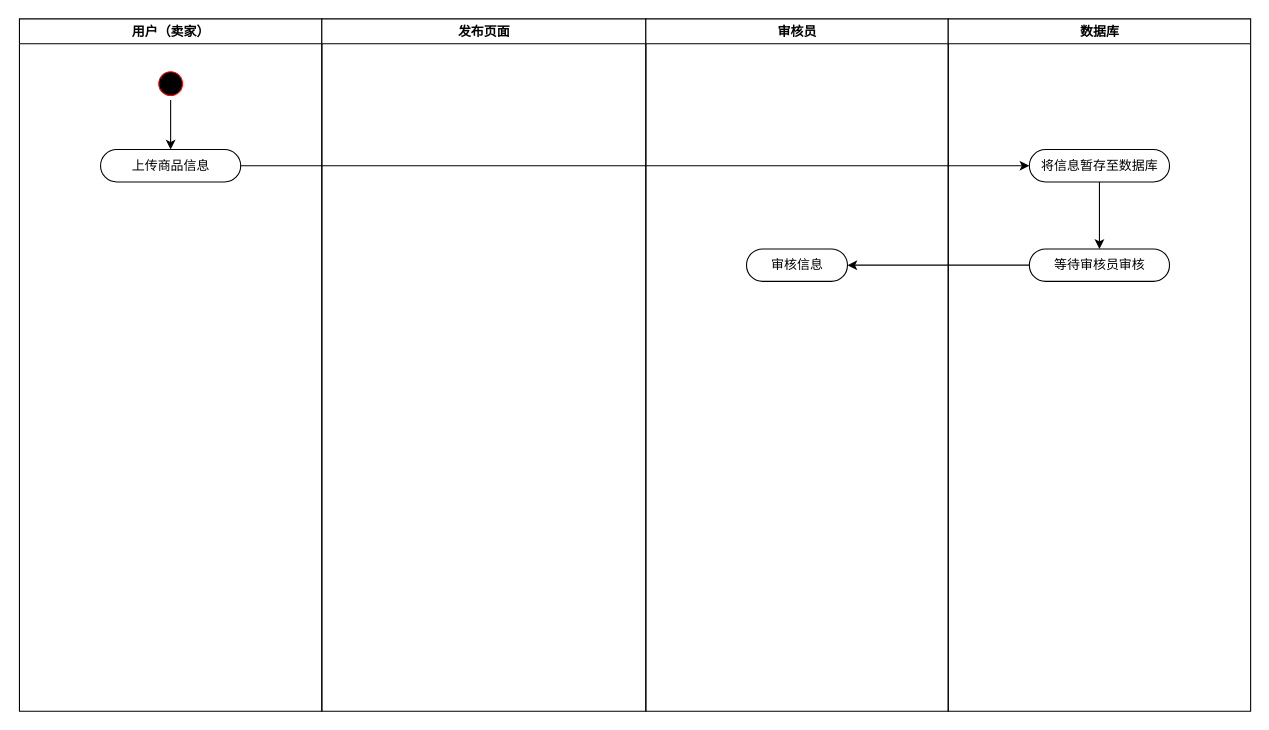
200928/image keeps this draw.io diagram as 商品审核活动图.drawio. Above is the earlier version. Source tidied: cells renumbered, new cells numbered last; positions are measured from the earlier drawing's top-left corner, leaving out a move shared by most shapes. Both pictures are drawn from the tidied source at 108%, with x=0, y=0 at pixel (18, 18).
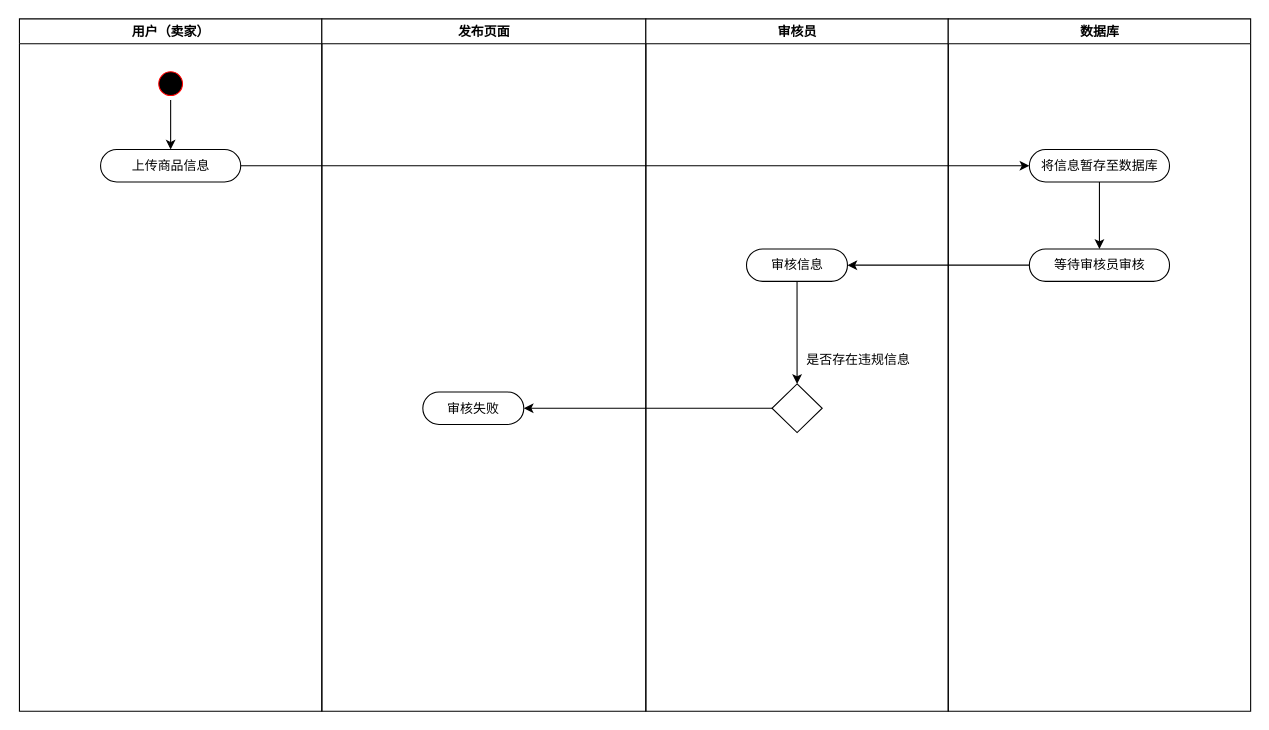
The same diagram, later.

Commit message (it also covers changes not shown here):
更新商品审核活动图.drawio

Change to the diagram source:
```diff
@@
 <mxGraphModel>
   <root>
     <mxCell id="0" />
     <mxCell id="1" parent="0" />
     <mxCell id="2" value="用户（卖家）" style="swimlane;whiteSpace=wrap;" parent="1" vertex="1">
       <mxGeometry x="0.5" width="280" height="641" as="geometry" />
     </mxCell>
     <mxCell id="3" style="edgeStyle=orthogonalEdgeStyle;rounded=0;jettySize=auto;html=1;entryX=0.5;entryY=0;entryDx=0;entryDy=0;" parent="2" edge="1" source="4" target="5">
       <mxGeometry relative="1" as="geometry" />
     </mxCell>
     <mxCell id="4" style="ellipse;shape=startState;fillColor=#000000;strokeColor=#ff0000;" parent="2" vertex="1">
       <mxGeometry x="125" y="45" width="30" height="30" as="geometry" />
     </mxCell>
     <mxCell id="5" value="上传商品信息" style="rounded=1;whiteSpace=wrap;html=1;arcSize=50;" parent="2" vertex="1">
       <mxGeometry x="75.1" y="121" width="129.8" height="30" as="geometry" />
     </mxCell>
     <mxCell id="6" value="发布页面" style="swimlane;whiteSpace=wrap;" parent="1" vertex="1">
       <mxGeometry x="280.5" width="300" height="641" as="geometry" />
     </mxCell>
+    <mxCell id="15" value="审核失败" style="rounded=1;whiteSpace=wrap;html=1;arcSize=50;" parent="6" vertex="1">
+      <mxGeometry x="93.5" y="345.5" width="93.5" height="30" as="geometry" />
+    </mxCell>
     <mxCell id="7" value="审核员" style="swimlane;whiteSpace=wrap;" parent="1" vertex="1">
       <mxGeometry x="580.5" width="280" height="641" as="geometry" />
     </mxCell>
+    <mxCell id="16" style="edgeStyle=orthogonalEdgeStyle;rounded=0;jettySize=auto;html=1;entryX=0.5;entryY=0;entryDx=0;entryDy=0;" parent="7" edge="1" source="8" target="17">
+      <mxGeometry relative="1" as="geometry" />
+    </mxCell>
     <mxCell id="8" value="审核信息" style="rounded=1;whiteSpace=wrap;html=1;arcSize=50;" parent="7" vertex="1">
       <mxGeometry x="93.2" y="213" width="93.5" height="30" as="geometry" />
     </mxCell>
+    <mxCell id="17" style="rhombus;whiteSpace=wrap;html=1;" parent="7" vertex="1">
+      <mxGeometry x="116.8" y="338" width="46.5" height="45" as="geometry" />
+    </mxCell>
+    <mxCell id="18" value="是否存在违规信息" style="text;html=1;align=center;verticalAlign=middle;strokeColor=none;fillColor=none;" parent="7" vertex="1">
+      <mxGeometry x="143.5" y="307" width="106" height="18" as="geometry" />
+    </mxCell>
     <mxCell id="9" value="数据库" style="swimlane;whiteSpace=wrap;" parent="1" vertex="1">
       <mxGeometry x="860.5" width="280" height="641" as="geometry" />
     </mxCell>
     <mxCell id="10" style="edgeStyle=orthogonalEdgeStyle;rounded=0;jettySize=auto;html=1;entryX=0.5;entryY=0;entryDx=0;entryDy=0;" parent="9" edge="1" source="11" target="12">
       <mxGeometry relative="1" as="geometry" />
     </mxCell>
     <mxCell id="11" value="将信息暂存至数据库" style="rounded=1;whiteSpace=wrap;html=1;arcSize=50;" parent="9" vertex="1">
       <mxGeometry x="75.1" y="121" width="129.8" height="30" as="geometry" />
     </mxCell>
     <mxCell id="12" value="等待审核员审核" style="rounded=1;whiteSpace=wrap;html=1;arcSize=50;" parent="9" vertex="1">
       <mxGeometry x="75.1" y="213" width="129.8" height="30" as="geometry" />
     </mxCell>
     <mxCell id="13" style="edgeStyle=orthogonalEdgeStyle;rounded=0;jettySize=auto;html=1;entryX=0;entryY=0.5;entryDx=0;entryDy=0;" parent="1" edge="1" source="5" target="11">
       <mxGeometry relative="1" as="geometry" />
     </mxCell>
     <mxCell id="14" style="edgeStyle=orthogonalEdgeStyle;rounded=0;jettySize=auto;html=1;entryX=1;entryY=0.5;entryDx=0;entryDy=0;" parent="1" edge="1" source="12" target="8">
       <mxGeometry relative="1" as="geometry" />
     </mxCell>
+    <mxCell id="19" style="edgeStyle=orthogonalEdgeStyle;rounded=0;jettySize=auto;html=1;entryX=1;entryY=0.5;entryDx=0;entryDy=0;" parent="1" edge="1" source="17" target="15">
+      <mxGeometry relative="1" as="geometry" />
+    </mxCell>
   </root>
 </mxGraphModel>
```
